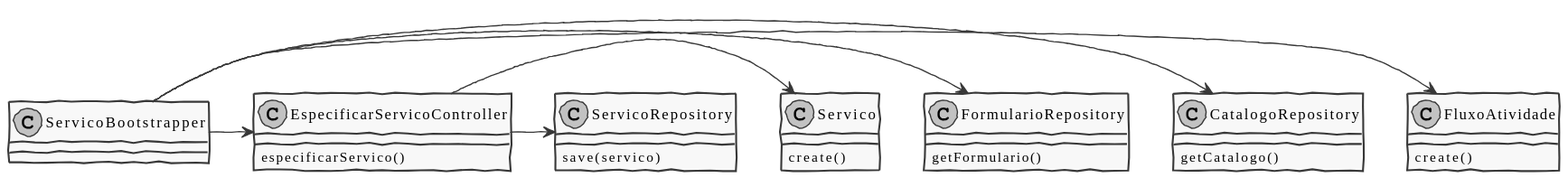
This is docs/Sprint C/1190974/US2104/CD.svg from pedrolemos4/LAPR4, a PlantUML export, as it was before one commit. Source of this version:
```plantuml
@startuml
skinparam handwritten true
skinparam monochrome true
skinparam packageStyle rect
skinparam defaultFontName FG Virgil
skinparam shadowing false

class FluxoAtividade
class CatalogoRepository
class FormularioRepository
class ServicoBootstrapper
class EspecificarServicoController
class ServicoRepository
class Servico

ServicoBootstrapper -> FluxoAtividade
ServicoBootstrapper -> CatalogoRepository
ServicoBootstrapper -> FormularioRepository
ServicoBootstrapper -> EspecificarServicoController

EspecificarServicoController -> Servico
EspecificarServicoController -> ServicoRepository

CatalogoRepository : getCatalogo()
FormularioRepository : getFormulario()
FluxoAtividade : create()
EspecificarServicoController : especificarServico()
Servico : create()
ServicoRepository : save(servico)
@enduml
```
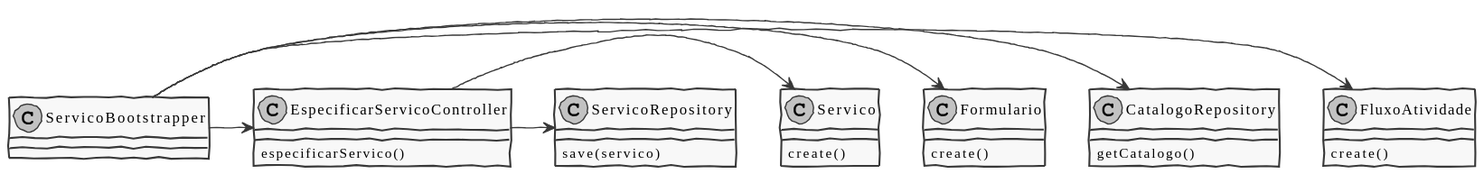
The same file after the commit.

The edit, as a diff of the source:
```diff
@@ -7,7 +7,7 @@
 
 class FluxoAtividade
 class CatalogoRepository
-class FormularioRepository
+class Formulario
 class ServicoBootstrapper
 class EspecificarServicoController
 class ServicoRepository
@@ -15,14 +15,14 @@
 
 ServicoBootstrapper -> FluxoAtividade
 ServicoBootstrapper -> CatalogoRepository
-ServicoBootstrapper -> FormularioRepository
+ServicoBootstrapper -> Formulario
 ServicoBootstrapper -> EspecificarServicoController
 
 EspecificarServicoController -> Servico
 EspecificarServicoController -> ServicoRepository
 
 CatalogoRepository : getCatalogo()
-FormularioRepository : getFormulario()
+Formulario : create()
 FluxoAtividade : create()
 EspecificarServicoController : especificarServico()
 Servico : create()
```
